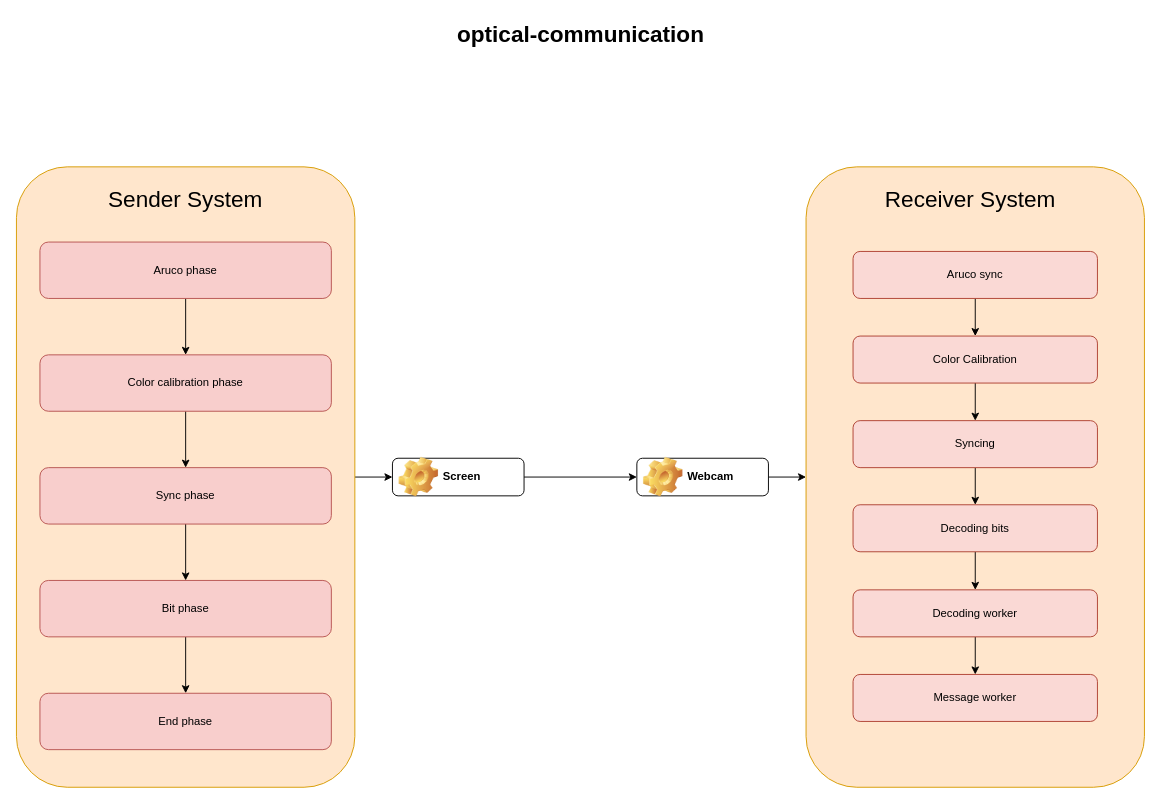
Loadofspaghetti/Optical-Communication keeps this draw.io diagram as maps/optical-communication.drawio. Above is the earlier version. Source tidied: cells renumbered, new cells numbered last; positions are measured from the earlier drawing's top-left corner, leaving out a move shared by most shapes. Both pictures are drawn from the tidied source at 94%, with x=0, y=0 at pixel (16, 16).
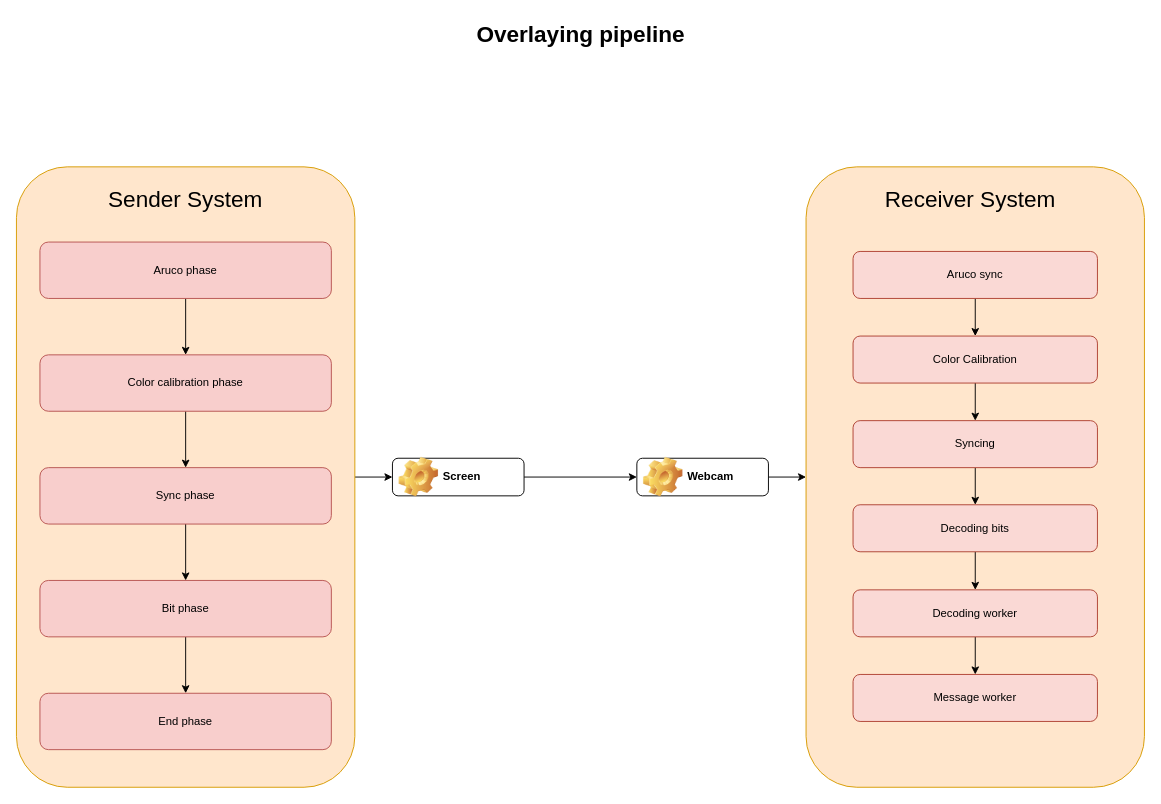
After the change.

Commit message:
Changed the title inside from optical-communication to overlaying pipeline

What changed in the source:
```diff
@@
-    <mxCell id="2" value="optical-communication" style="text;strokeColor=none;fillColor=none;html=1;fontSize=24;fontStyle=1;verticalAlign=middle;align=center;" parent="1" vertex="1">
+    <mxCell id="2" value="Overlaying pipeline" style="text;strokeColor=none;fillColor=none;html=1;fontSize=24;fontStyle=1;verticalAlign=middle;align=center;" parent="1" vertex="1">
       <mxGeometry x="550" width="100" height="40" as="geometry" />
     </mxCell>
```
